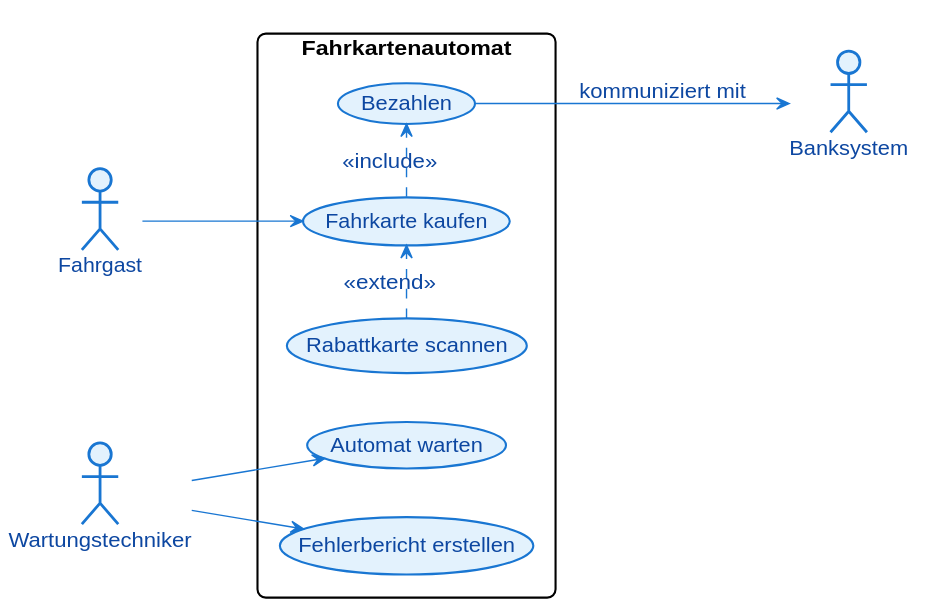
SeGaTeaching/UML-Diagramme keeps this PlantUML diagram as docs/bilder/uc-b10.svg. Above is the earlier version. The source it was exported from:
```plantuml
@startuml
skinparam backgroundColor #FFFFFF
skinparam defaultFontName Helvetica
skinparam defaultFontSize 14
skinparam shadowing false
skinparam roundCorner 12
skinparam ArrowColor #1976D2
skinparam ArrowFontColor #0D47A1

skinparam actor {
  BackgroundColor #E3F2FD
  BorderColor #1976D2
  FontColor #0D47A1
}
skinparam usecase {
  BackgroundColor #E3F2FD
  BorderColor #1976D2
  FontColor #0D47A1
}
skinparam class {
  BackgroundColor #E3F2FD
  BorderColor #1976D2
  FontColor #0D47A1
  AttributeFontColor #0D47A1
  HeaderBackgroundColor #BBDEFB
}
skinparam state {
  BackgroundColor #E3F2FD
  BorderColor #1976D2
  FontColor #0D47A1
  ArrowColor #1976D2
  StartColor #222222
  EndColor #222222
}
skinparam sequence {
  ParticipantBackgroundColor #E3F2FD
  ParticipantBorderColor #1976D2
  ParticipantFontColor #0D47A1
  ActorBackgroundColor #E3F2FD
  ActorBorderColor #1976D2
  LifeLineBorderColor #90A4AE
  LifeLineBackgroundColor #ECEFF1
  BoxBorderColor #1976D2
}
skinparam activity {
  BackgroundColor #E3F2FD
  BorderColor #1976D2
  FontColor #0D47A1
  DiamondBackgroundColor #FFF3E0
  DiamondBorderColor #FB8C00
  StartColor #222222
  EndColor #222222
  BarColor #455A64
}
left to right direction

actor Fahrgast
actor Wartungstechniker
actor "Banksystem" as Bank

rectangle "Fahrkartenautomat" {
  usecase "Fahrkarte kaufen" as UC1
  usecase "Bezahlen" as UC2
  usecase "Rabattkarte scannen" as UC3
  usecase "Automat warten" as UC4
  usecase "Fehlerbericht erstellen" as UC5
}

Fahrgast --> UC1
UC1 .> UC2 : <<include>>
UC2 --> Bank : kommuniziert mit
UC3 .> UC1 : <<extend>>

Wartungstechniker --> UC4
Wartungstechniker --> UC5
@enduml
```
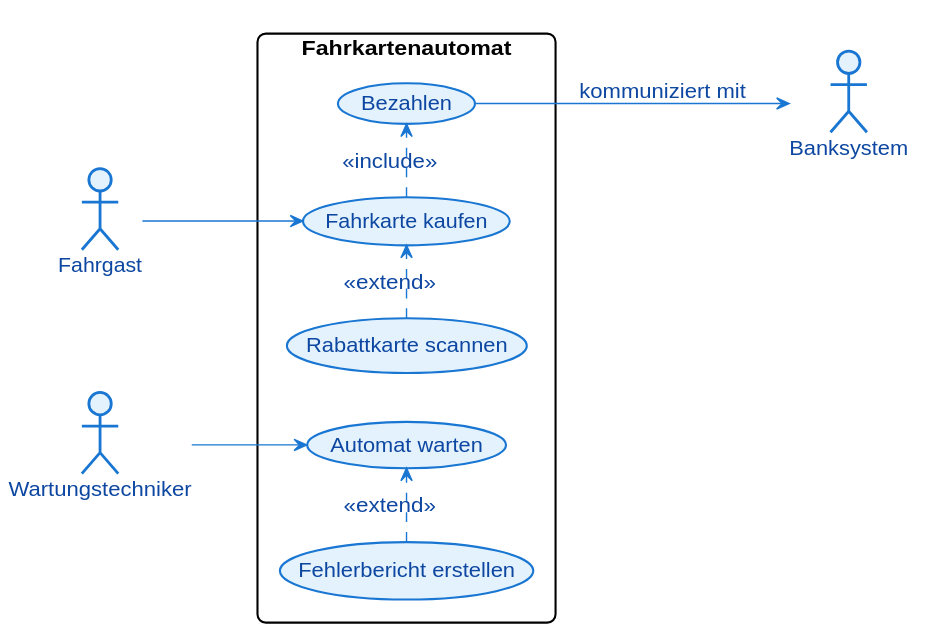
The same file after the commit.

Diff of the diagram source:
```diff
@@ -72,5 +72,5 @@
 UC3 .> UC1 : <<extend>>
 
 Wartungstechniker --> UC4
-Wartungstechniker --> UC5
+UC5 .> UC4 : <<extend>>
 @enduml
```
